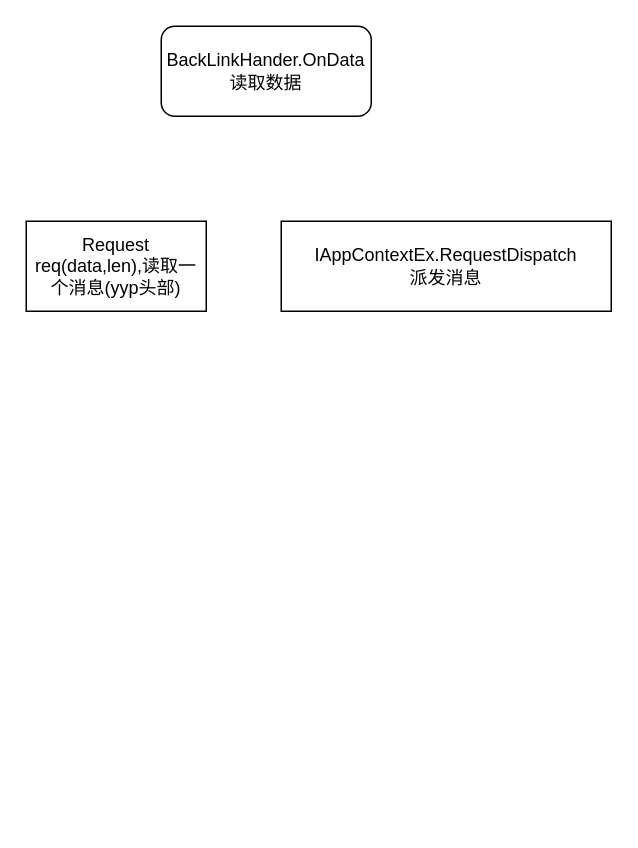
zouzc/datagrams keeps this draw.io diagram as c++框架.drawio. Above is the earlier version. Source tidied: cells renumbered, new cells numbered last; positions are measured from the earlier drawing's top-left corner, leaving out a move shared by most shapes. Both pictures are drawn from the tidied source at 150%, with x=0, y=0 at pixel (26, 26).
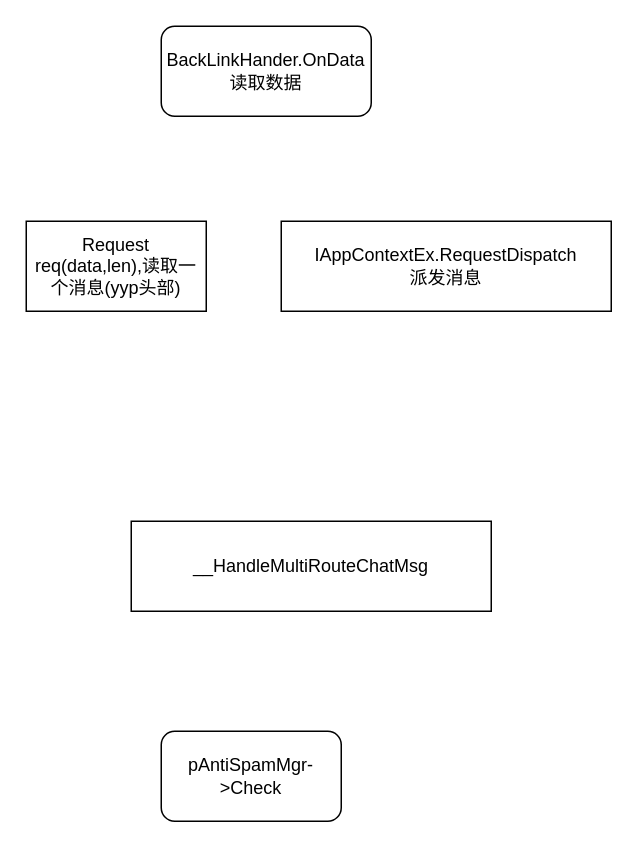
Above is the later version.

Change to the diagram source:
```diff
@@
 <mxGraphModel>
   <root>
     <mxCell id="0" />
     <mxCell id="1" parent="0" />
     <mxCell id="2" value="BackLinkHander.OnData&lt;br&gt;读取数据" style="rounded=1;whiteSpace=wrap;html=1;" parent="1" vertex="1">
       <mxGeometry x="90" width="140" height="60" as="geometry" />
     </mxCell>
     <mxCell id="3" value="Request req(data,len),读取一个消息(yyp头部)" style="rounded=0;whiteSpace=wrap;html=1;" parent="1" vertex="1">
       <mxGeometry y="130" width="120" height="60" as="geometry" />
     </mxCell>
     <mxCell id="4" value="IAppContextEx.RequestDispatch&lt;br&gt;派发消息" style="rounded=0;whiteSpace=wrap;html=1;" parent="1" vertex="1">
       <mxGeometry x="170" y="130" width="220" height="60" as="geometry" />
     </mxCell>
+    <mxCell id="5" value="__HandleMultiRouteChatMsg" style="rounded=0;whiteSpace=wrap;html=1;" parent="1" vertex="1">
+      <mxGeometry x="70" y="330" width="240" height="60" as="geometry" />
+    </mxCell>
+    <mxCell id="6" value="pAntiSpamMgr-&amp;gt;Check" style="rounded=1;whiteSpace=wrap;html=1;" parent="1" vertex="1">
+      <mxGeometry x="90" y="470" width="120" height="60" as="geometry" />
+    </mxCell>
   </root>
 </mxGraphModel>
```
